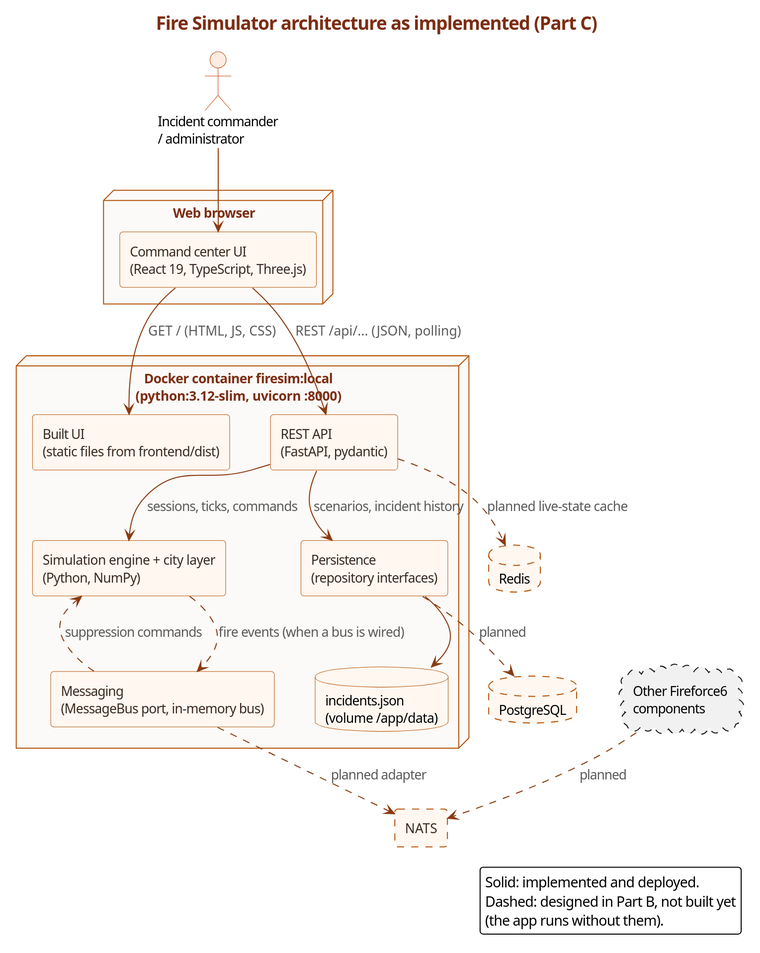
The PlantUML diagram docs/design/architecture.svg in jaiswaladitneu/FireSimulator, before a commit. The source it was exported from:
```plantuml
@startuml
!include theme.iuml
title Fire Simulator architecture as implemented (Part C)
skinparam componentStyle rectangle
skinparam nodesep 40
skinparam ranksep 50

actor "Incident commander\n/ administrator" as user

node "Web browser" {
  component "Command center UI\n(React 19, TypeScript, Three.js)" as ui
}

node "Docker container  firesim:local\n(python:3.12-slim, uvicorn :8000)" as container {
  component "Built UI\n(static files from frontend/dist)" as static
  component "REST API\n(FastAPI, pydantic)" as api
  component "Simulation engine + city layer\n(Python, NumPy)" as engine
  component "Messaging\n(MessageBus port, in-memory bus)" as bus
  component "Persistence\n(repository interfaces)" as repo
  database "incidents.json\n(volume /app/data)" as json
}

component "NATS" as nats #line.dashed
database "PostgreSQL" as pg #line.dashed
database "Redis" as redis #line.dashed
cloud "Other Fireforce6\ncomponents" as other #line.dashed

user --> ui
ui --> static : GET /  (HTML, JS, CSS)
ui --> api : REST  /api/...  (JSON, polling)
api --> engine : sessions, ticks, commands
api --> repo : scenarios, incident history
repo --> json
engine ..> bus : fire events (when a bus is wired)
bus ..> engine : suppression commands
bus ..> nats : planned adapter
repo ..> pg : planned
api ..> redis : planned live-state cache
other ..> nats : planned

legend right
  Solid: implemented and deployed.
  Dashed: designed in Part B, not built yet
  (the app runs without them).
endlegend
@enduml
```
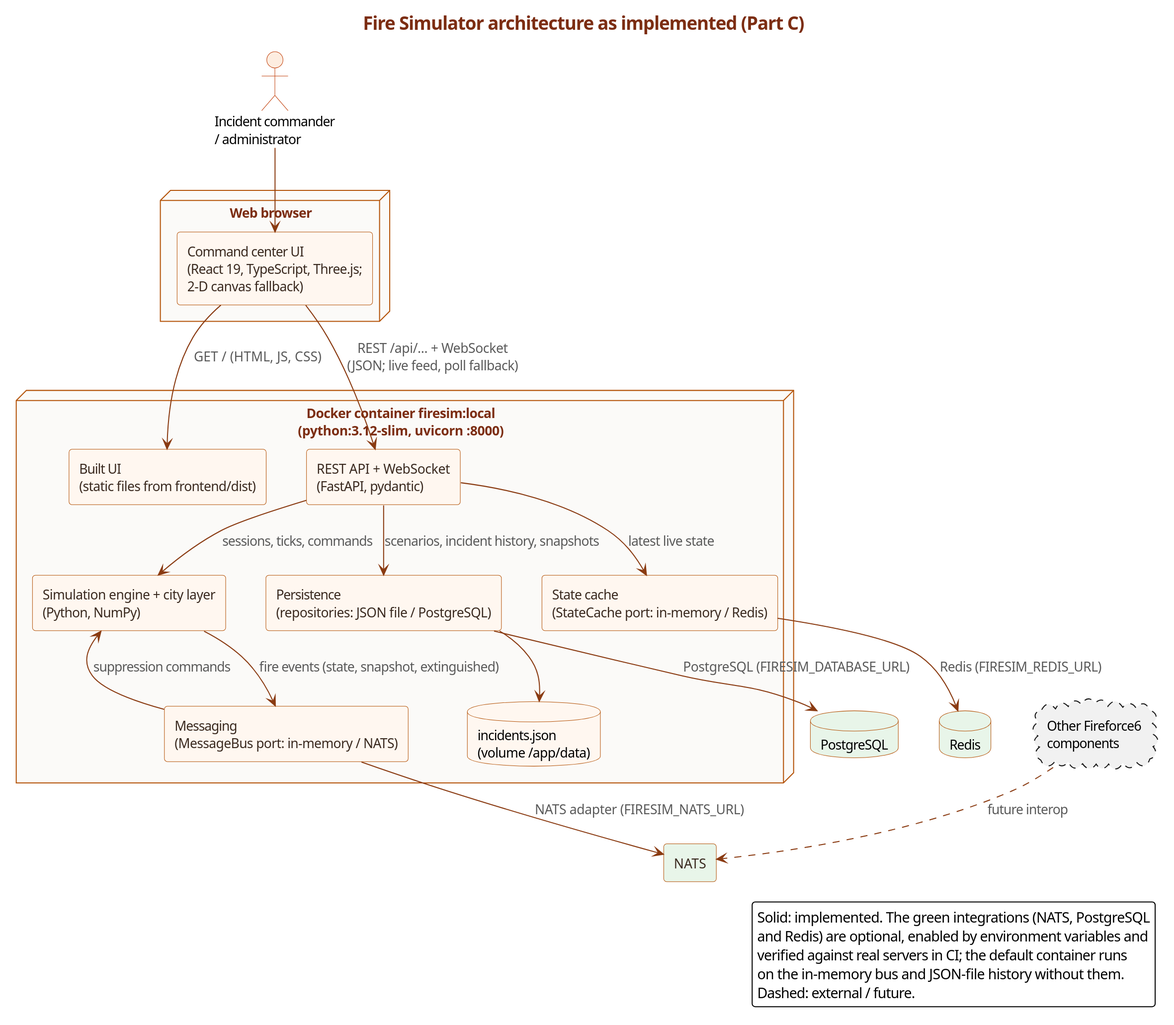
After the commit.

Commit message:
Update design diagrams for the completed integrations

Diff of the diagram source:
```diff
@@ -8,39 +8,43 @@
 actor "Incident commander\n/ administrator" as user
 
 node "Web browser" {
-  component "Command center UI\n(React 19, TypeScript, Three.js)" as ui
+  component "Command center UI\n(React 19, TypeScript, Three.js;\n2-D canvas fallback)" as ui
 }
 
 node "Docker container  firesim:local\n(python:3.12-slim, uvicorn :8000)" as container {
   component "Built UI\n(static files from frontend/dist)" as static
-  component "REST API\n(FastAPI, pydantic)" as api
+  component "REST API + WebSocket\n(FastAPI, pydantic)" as api
   component "Simulation engine + city layer\n(Python, NumPy)" as engine
-  component "Messaging\n(MessageBus port, in-memory bus)" as bus
-  component "Persistence\n(repository interfaces)" as repo
+  component "Messaging\n(MessageBus port: in-memory / NATS)" as bus
+  component "Persistence\n(repositories: JSON file / PostgreSQL)" as repo
+  component "State cache\n(StateCache port: in-memory / Redis)" as cache
   database "incidents.json\n(volume /app/data)" as json
 }
 
-component "NATS" as nats #line.dashed
-database "PostgreSQL" as pg #line.dashed
-database "Redis" as redis #line.dashed
+component "NATS" as nats #back:E8F5E9
+database "PostgreSQL" as pg #back:E8F5E9
+database "Redis" as redis #back:E8F5E9
 cloud "Other Fireforce6\ncomponents" as other #line.dashed
 
 user --> ui
 ui --> static : GET /  (HTML, JS, CSS)
-ui --> api : REST  /api/...  (JSON, polling)
+ui --> api : REST /api/... + WebSocket\n(JSON; live feed, poll fallback)
 api --> engine : sessions, ticks, commands
-api --> repo : scenarios, incident history
+api --> repo : scenarios, incident history, snapshots
+api --> cache : latest live state
 repo --> json
-engine ..> bus : fire events (when a bus is wired)
-bus ..> engine : suppression commands
-bus ..> nats : planned adapter
-repo ..> pg : planned
-api ..> redis : planned live-state cache
-other ..> nats : planned
+engine --> bus : fire events (state, snapshot, extinguished)
+bus --> engine : suppression commands
+bus --> nats : NATS adapter  (FIRESIM_NATS_URL)
+repo --> pg : PostgreSQL  (FIRESIM_DATABASE_URL)
+cache --> redis : Redis  (FIRESIM_REDIS_URL)
+other ..> nats : future interop
 
 legend right
-  Solid: implemented and deployed.
-  Dashed: designed in Part B, not built yet
-  (the app runs without them).
+  Solid: implemented. The green integrations (NATS, PostgreSQL
+  and Redis) are optional, enabled by environment variables and
+  verified against real servers in CI; the default container runs
+  on the in-memory bus and JSON-file history without them.
+  Dashed: external / future.
 endlegend
 @enduml
```
